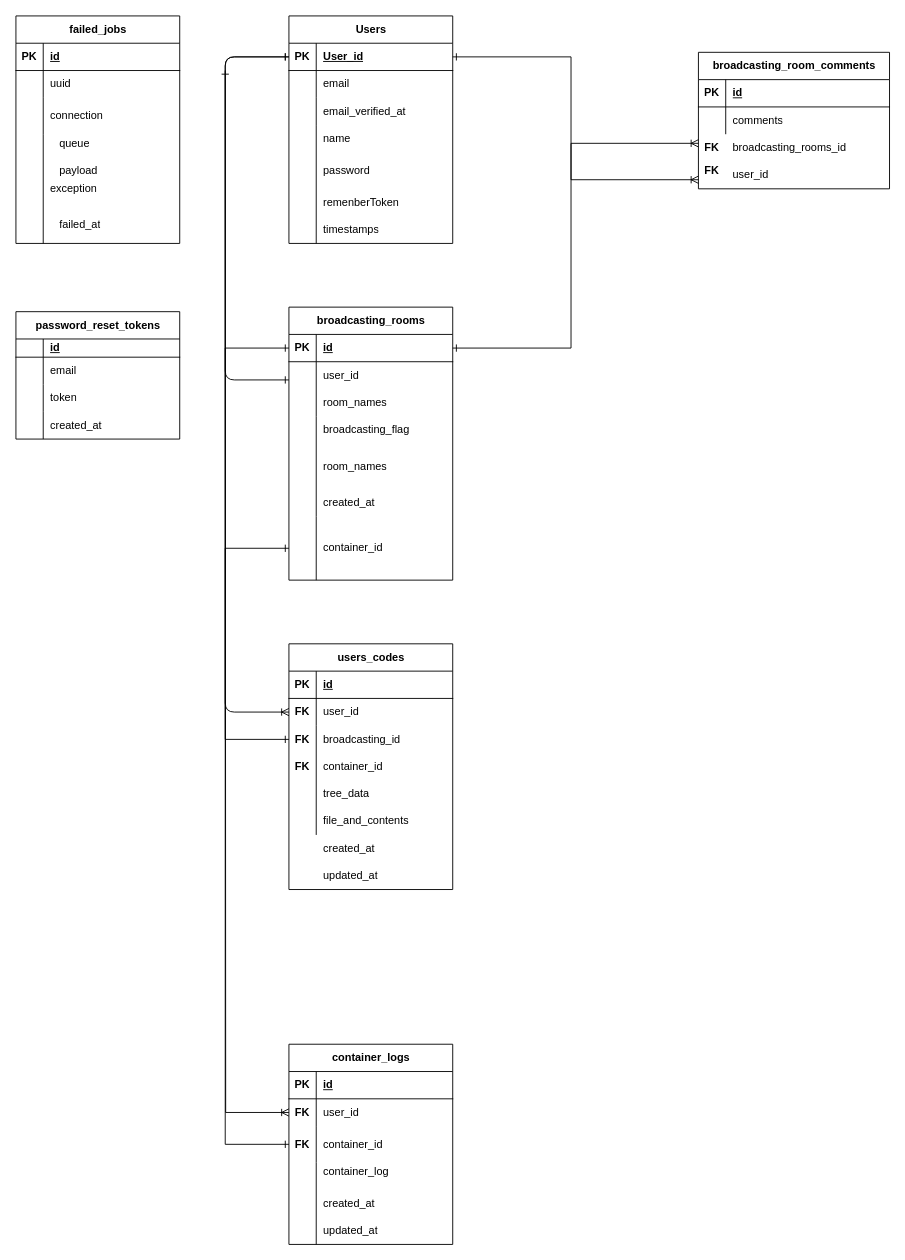
Before: ER図_G-voice.drawio in Taka-ho/G-voice, a draw.io diagram. Source tidied: cells renumbered, new cells numbered last; positions are measured from the earlier drawing's top-left corner, leaving out a move shared by most shapes. Both pictures are drawn from the tidied source at 91%, with x=0, y=0 at pixel (15, 15).
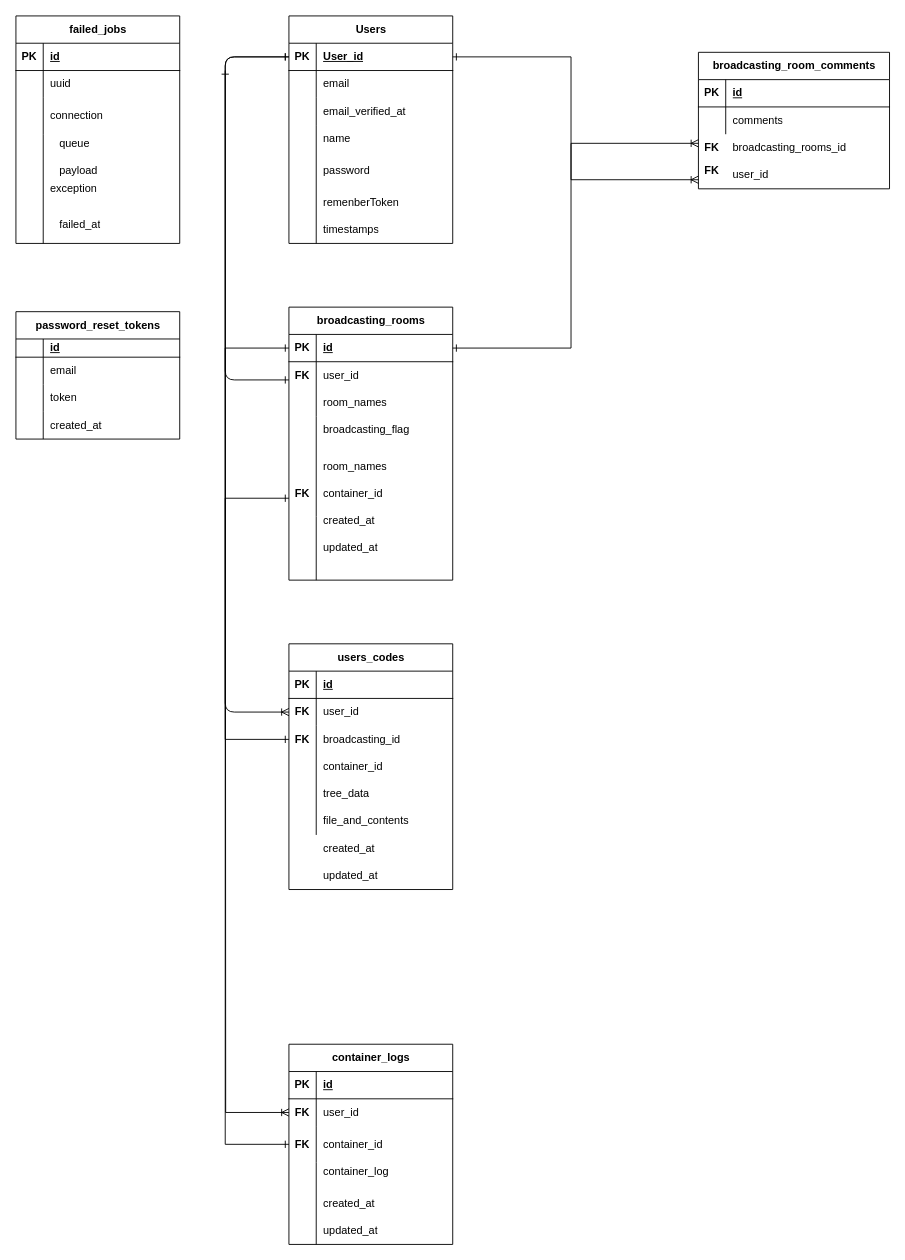
After the change.

Unchanged cells that the change refers to:
```xml
<mxCell id="15" style="shape=tableRow;horizontal=0;startSize=0;swimlaneHead=0;swimlaneBody=0;fillColor=none;points=[[0,0.5],[1,0.5]];portConstraint=eastwest;top=0;left=0;right=0;bottom=0;" parent="2" vertex="1">
  <mxGeometry y="230" width="180" height="70" as="geometry" />
</mxCell>
<mxCell id="107" style="shape=tableRow;horizontal=0;startSize=0;swimlaneHead=0;swimlaneBody=0;fillColor=none;points=[[0,0.5],[1,0.5]];portConstraint=eastwest;top=0;left=0;right=0;bottom=0;" parent="100" vertex="1">
  <mxGeometry y="90" width="180" height="40" as="geometry" />
</mxCell>
```

The edit, as a diff of the source:
```diff
@@
     <mxCell id="67" value="created_at" style="shape=partialRectangle;fillColor=none;top=0;left=0;bottom=0;right=0;align=left;spacingLeft=6;overflow=hidden;whiteSpace=wrap;html=1;" parent="1" vertex="1">
-      <mxGeometry x="330" y="520" width="150" height="30" as="geometry" />
+      <mxGeometry x="330" y="540" width="150" height="30" as="geometry" />
     </mxCell>
@@
     <mxCell id="121" value="container_id" style="shape=partialRectangle;fillColor=none;top=0;left=0;bottom=0;right=0;align=left;spacingLeft=6;overflow=hidden;whiteSpace=wrap;html=1;" parent="1" vertex="1">
-      <mxGeometry x="330" y="570" width="150" height="30" as="geometry" />
+      <mxGeometry x="330" y="510" width="150" height="30" as="geometry" />
     </mxCell>
-    <mxCell id="122" style="edgeStyle=orthogonalEdgeStyle;rounded=0;jettySize=auto;html=1;entryX=0;entryY=0.5;entryDx=0;entryDy=0;startArrow=ERone;startFill=0;endArrow=ERone;endFill=0;" parent="1" edge="1" source="15" target="107">
+    <mxCell id="122" style="edgeStyle=orthogonalEdgeStyle;rounded=0;jettySize=auto;html=1;entryX=0;entryY=0.5;entryDx=0;entryDy=0;startArrow=ERone;startFill=0;endArrow=ERone;endFill=0;" parent="1" edge="1" target="107">
       <mxGeometry relative="1" as="geometry">
+        <mxPoint x="300" y="530" as="sourcePoint" />
         <Array as="points">
-          <mxPoint x="230" y="585" />
+          <mxPoint x="230" y="530" />
           <mxPoint x="230" y="1240" />
         </Array>
       </mxGeometry>
     </mxCell>
-    <mxCell id="123" value="FK" style="shape=partialRectangle;fillColor=none;top=0;left=0;bottom=0;right=0;fontStyle=1;overflow=hidden;whiteSpace=wrap;html=1;" parent="1" vertex="1">
-      <mxGeometry x="300" y="810" width="30" height="30" as="geometry" />
-    </mxCell>
@@
+    <mxCell id="127" value="FK" style="shape=partialRectangle;fillColor=none;top=0;left=0;bottom=0;right=0;fontStyle=1;overflow=hidden;whiteSpace=wrap;html=1;" parent="1" vertex="1">
+      <mxGeometry x="300" y="510" width="30" height="30" as="geometry" />
+    </mxCell>
+    <mxCell id="128" value="FK" style="shape=partialRectangle;fillColor=none;top=0;left=0;bottom=0;right=0;fontStyle=1;overflow=hidden;whiteSpace=wrap;html=1;" parent="1" vertex="1">
+      <mxGeometry x="300" y="380" width="30" height="30" as="geometry" />
+    </mxCell>
+    <mxCell id="129" value="updated_at" style="shape=partialRectangle;fillColor=none;top=0;left=0;bottom=0;right=0;align=left;spacingLeft=6;overflow=hidden;whiteSpace=wrap;html=1;" parent="1" vertex="1">
+      <mxGeometry x="330" y="570" width="150" height="30" as="geometry" />
+    </mxCell>
```
